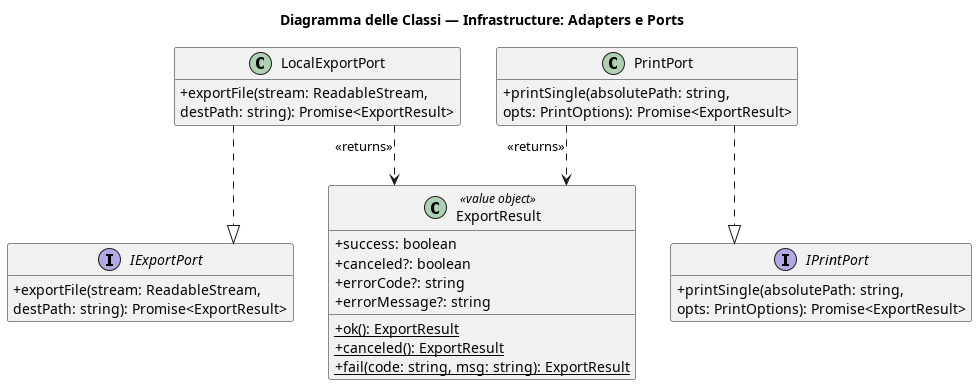
7-ZPUs/Docs keeps this PlantUML diagram as out/3_PB/DocumentiEsterni/DiagrammiSpecificaTecnica/C4/C4_backend_Export/Export_IPC_Part3.png. Above is the earlier version.
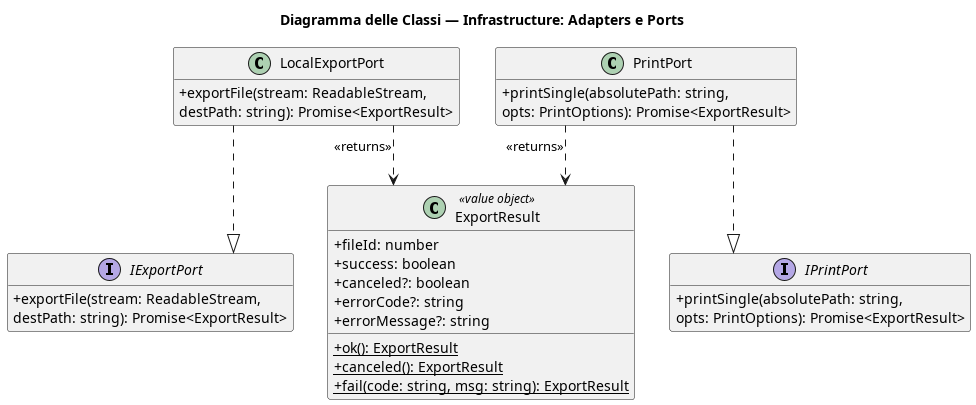
Above is the later version.

Diff of the diagram source:
```diff
@@ -22,6 +22,7 @@
     opts: PrintOptions): Promise<ExportResult>
 }
 class ExportResult <<value object>> {
+    + fileId: number
     + success: boolean
     + canceled?: boolean
     + errorCode?: string
```
